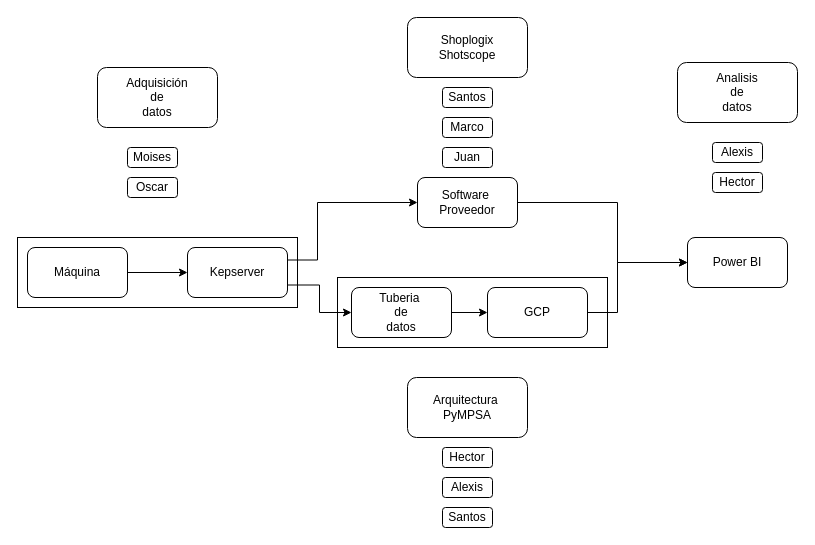
Above: Actividades SQUAD.drawio in hectorpg95/Diagramas (draw.io), before the change. Source tidied: cells renumbered, new cells numbered last; positions are measured from the earlier drawing's top-left corner, leaving out a move shared by most shapes. Both pictures are drawn from the tidied source at 100%, with x=0, y=0 at pixel (17, 17).
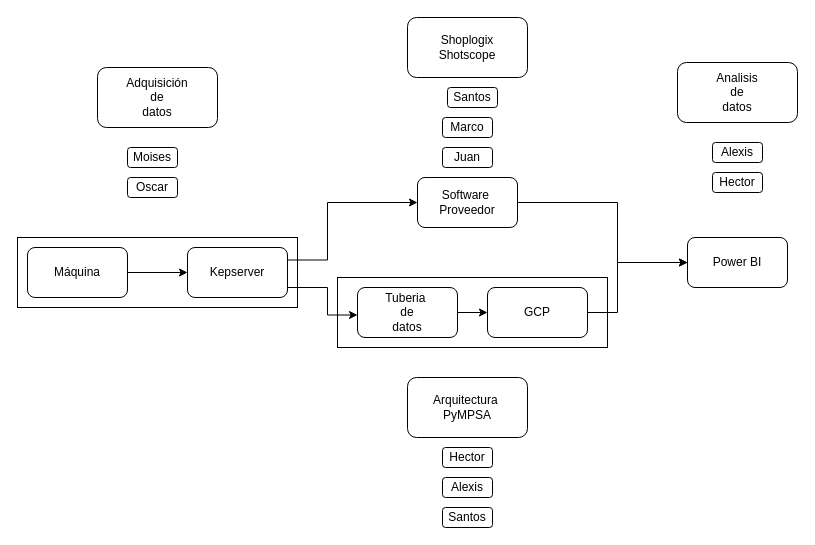
The same diagram, later.

The change refers to these unchanged cells:
```xml
<mxCell id="12" value="&lt;div&gt;Kepserver&lt;/div&gt;" style="rounded=1;whiteSpace=wrap;html=1;" parent="1" vertex="1">
  <mxGeometry x="170" y="230" width="100" height="50" as="geometry" />
</mxCell>
<mxCell id="14" value="&lt;div&gt;Software&amp;nbsp;&lt;br&gt;Proveedor&lt;/div&gt;" style="rounded=1;whiteSpace=wrap;html=1;" parent="1" vertex="1">
  <mxGeometry x="400" y="160" width="100" height="50" as="geometry" />
</mxCell>
```

Diff of the diagram source:
```diff
@@
     <mxCell id="10" style="edgeStyle=orthogonalEdgeStyle;rounded=0;jettySize=auto;html=1;exitX=1;exitY=0.25;exitDx=0;exitDy=0;entryX=0;entryY=0.5;entryDx=0;entryDy=0;" parent="1" edge="1" source="12" target="14">
       <mxGeometry relative="1" as="geometry">
         <Array as="points">
-          <mxPoint x="300" y="242" />
-          <mxPoint x="300" y="185" />
+          <mxPoint x="310" y="243" />
+          <mxPoint x="310" y="185" />
         </Array>
       </mxGeometry>
     </mxCell>
-    <mxCell id="11" style="edgeStyle=orthogonalEdgeStyle;rounded=0;jettySize=auto;html=1;exitX=1;exitY=0.75;exitDx=0;exitDy=0;entryX=0;entryY=0.5;entryDx=0;entryDy=0;" parent="1" edge="1" source="12" target="16">
-      <mxGeometry relative="1" as="geometry" />
+    <mxCell id="11" style="edgeStyle=orthogonalEdgeStyle;rounded=0;orthogonalLoop=1;jettySize=auto;html=1;exitX=1;exitY=0.75;exitDx=0;exitDy=0;entryX=0;entryY=0.5;entryDx=0;entryDy=0;" parent="1" edge="1">
+      <mxGeometry relative="1" as="geometry">
+        <mxPoint x="270" y="270" as="sourcePoint" />
+        <mxPoint x="340" y="297.5" as="targetPoint" />
+        <Array as="points">
+          <mxPoint x="310" y="270" />
+          <mxPoint x="310" y="297" />
+        </Array>
+      </mxGeometry>
     </mxCell>
@@
     <mxCell id="16" value="Tuberia&amp;nbsp;&lt;br&gt;de&lt;br&gt;datos" style="rounded=1;whiteSpace=wrap;html=1;" parent="1" vertex="1">
-      <mxGeometry x="334" y="270" width="100" height="50" as="geometry" />
+      <mxGeometry x="340" y="270" width="100" height="50" as="geometry" />
     </mxCell>
@@
     <mxCell id="22" value="Santos" style="rounded=1;whiteSpace=wrap;html=1;" parent="1" vertex="1">
-      <mxGeometry x="425" y="70" width="50" height="20" as="geometry" />
+      <mxGeometry x="430" y="70" width="50" height="20" as="geometry" />
     </mxCell>
```
